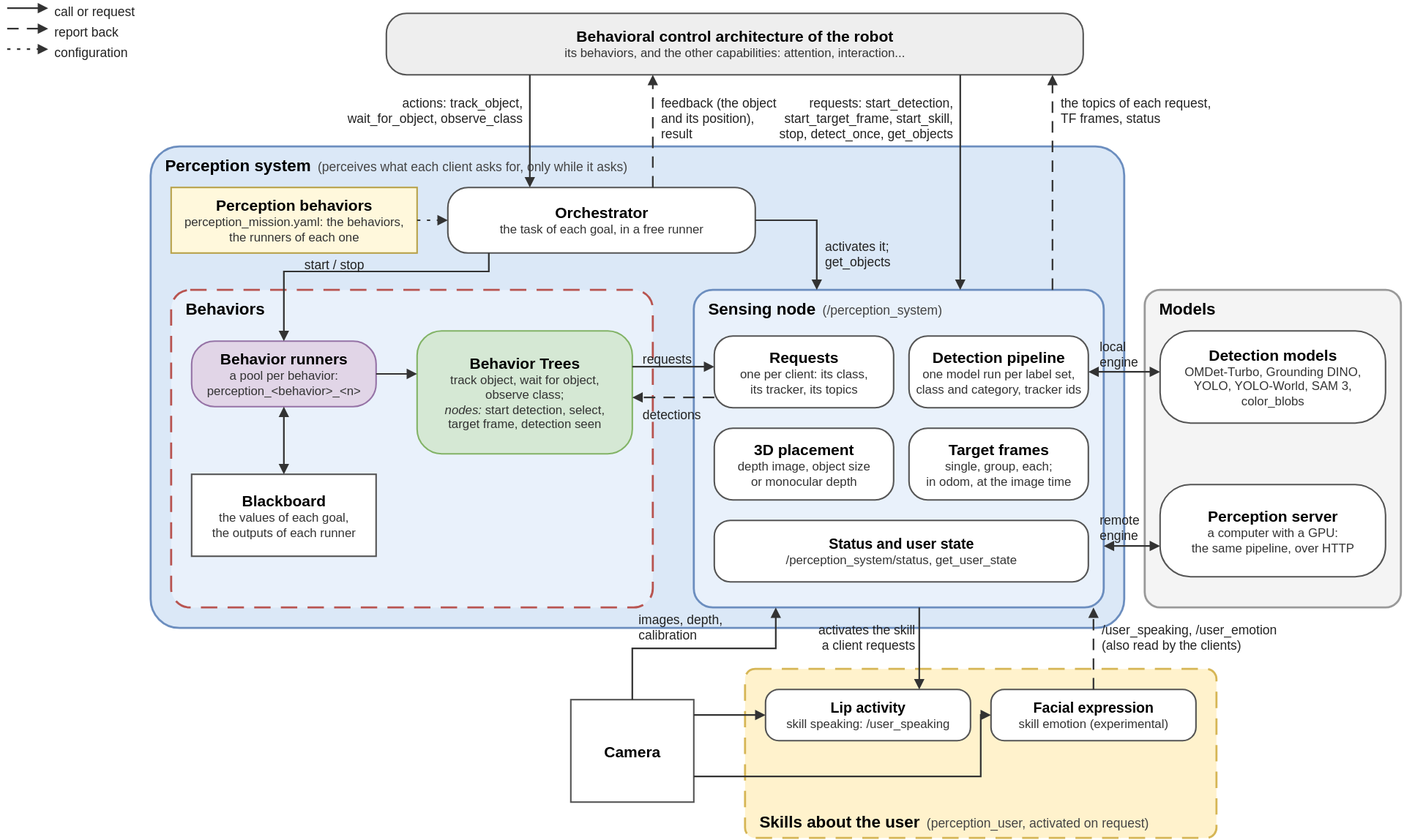
Before: media/perception_system_architecture.drawio.svg, a diagram exported from draw.io (geriabot/perception_system). Source tidied: cells renumbered, new cells last; positions are measured from the earlier drawing's top-left corner, leaving out a move shared by most shapes.
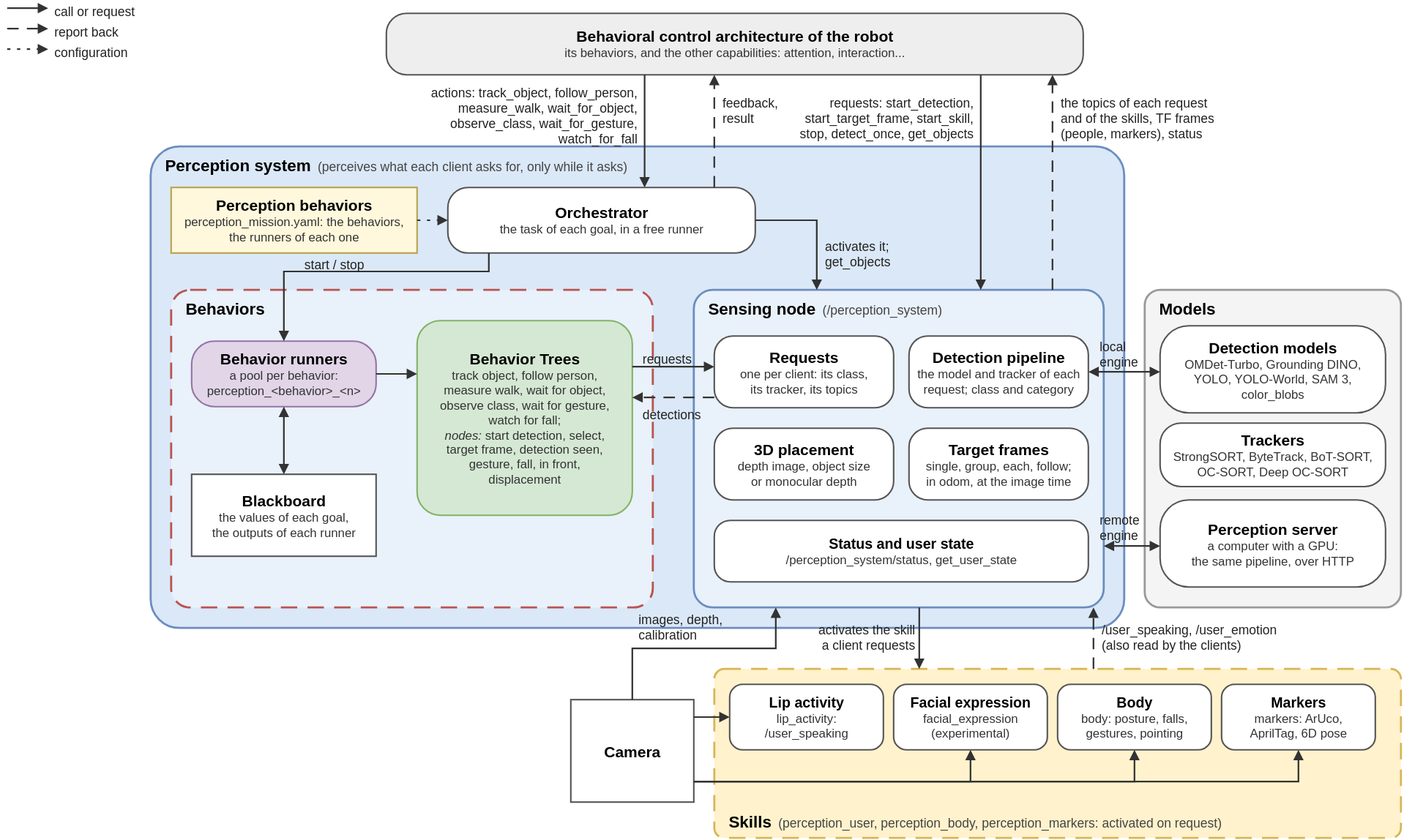
After the change.

What changed in the source:
```diff
@@ -22,4 +22,4 @@
     </mxCell>
-    <mxCell id="8" value="&lt;b style=&quot;font-size:15px&quot;&gt;Behavior Trees&lt;/b&gt;&lt;br&gt;&lt;span style=&quot;font-size:12px;color:#333333&quot;&gt;track object, wait for object,&lt;/span&gt;&lt;br&gt;&lt;span style=&quot;font-size:12px;color:#333333&quot;&gt;observe class;&lt;/span&gt;&lt;br&gt;&lt;span style=&quot;font-size:12px;color:#333333&quot;&gt;&lt;i&gt;nodes:&lt;/i&gt; start detection, select,&lt;/span&gt;&lt;br&gt;&lt;span style=&quot;font-size:12px;color:#333333&quot;&gt;target frame, detection seen&lt;/span&gt;" style="rounded=1;arcSize=20;whiteSpace=wrap;html=1;fillColor=#d5e8d4;strokeColor=#82b366;strokeWidth=1.5;fontFamily=Helvetica;verticalAlign=middle;" parent="1" vertex="1">
-      <mxGeometry x="400" y="323" width="210" height="120" as="geometry" />
+    <mxCell id="8" value="&lt;b style=&quot;font-size:15px&quot;&gt;Behavior Trees&lt;/b&gt;&lt;br&gt;&lt;span style=&quot;font-size:12px;color:#333333&quot;&gt;track object, follow person,&lt;/span&gt;&lt;br&gt;&lt;span style=&quot;font-size:12px;color:#333333&quot;&gt;measure walk, wait for object,&lt;/span&gt;&lt;br&gt;&lt;span style=&quot;font-size:12px;color:#333333&quot;&gt;observe class, wait for gesture,&lt;/span&gt;&lt;br&gt;&lt;span style=&quot;font-size:12px;color:#333333&quot;&gt;watch for fall;&lt;/span&gt;&lt;br&gt;&lt;span style=&quot;font-size:12px;color:#333333&quot;&gt;&lt;i&gt;nodes:&lt;/i&gt; start detection, select,&lt;/span&gt;&lt;br&gt;&lt;span style=&quot;font-size:12px;color:#333333&quot;&gt;target frame, detection seen,&lt;/span&gt;&lt;br&gt;&lt;span style=&quot;font-size:12px;color:#333333&quot;&gt;gesture, fall, in front,&lt;/span&gt;&lt;br&gt;&lt;span style=&quot;font-size:12px;color:#333333&quot;&gt;displacement&lt;/span&gt;" style="rounded=1;arcSize=12;whiteSpace=wrap;html=1;fillColor=#d5e8d4;strokeColor=#82b366;strokeWidth=1.5;fontFamily=Helvetica;verticalAlign=middle;" parent="1" vertex="1">
+      <mxGeometry x="400" y="313" width="210" height="190" as="geometry" />
     </mxCell>
@@ -34,3 +34,3 @@
     </mxCell>
-    <mxCell id="12" value="&lt;b style=&quot;font-size:15px&quot;&gt;Detection pipeline&lt;/b&gt;&lt;br&gt;&lt;span style=&quot;font-size:12px;color:#333333&quot;&gt;one model run per label set,&lt;/span&gt;&lt;br&gt;&lt;span style=&quot;font-size:12px;color:#333333&quot;&gt;class and category, tracker ids&lt;/span&gt;" style="rounded=1;arcSize=26;whiteSpace=wrap;html=1;fillColor=#ffffff;strokeColor=#555555;strokeWidth=1.5;fontFamily=Helvetica;verticalAlign=middle;" parent="1" vertex="1">
+    <mxCell id="12" value="&lt;b style=&quot;font-size:15px&quot;&gt;Detection pipeline&lt;/b&gt;&lt;br&gt;&lt;span style=&quot;font-size:12px;color:#333333&quot;&gt;the model and tracker of each&lt;/span&gt;&lt;br&gt;&lt;span style=&quot;font-size:12px;color:#333333&quot;&gt;request; class and category&lt;/span&gt;" style="rounded=1;arcSize=26;whiteSpace=wrap;html=1;fillColor=#ffffff;strokeColor=#555555;strokeWidth=1.5;fontFamily=Helvetica;verticalAlign=middle;" parent="1" vertex="1">
       <mxGeometry x="880" y="328" width="175" height="70" as="geometry" />
@@ -40,3 +40,3 @@
     </mxCell>
-    <mxCell id="14" value="&lt;b style=&quot;font-size:15px&quot;&gt;Target frames&lt;/b&gt;&lt;br&gt;&lt;span style=&quot;font-size:12px;color:#333333&quot;&gt;single, group, each;&lt;/span&gt;&lt;br&gt;&lt;span style=&quot;font-size:12px;color:#333333&quot;&gt;in odom, at the image time&lt;/span&gt;" style="rounded=1;arcSize=26;whiteSpace=wrap;html=1;fillColor=#ffffff;strokeColor=#555555;strokeWidth=1.5;fontFamily=Helvetica;verticalAlign=middle;" parent="1" vertex="1">
+    <mxCell id="14" value="&lt;b style=&quot;font-size:15px&quot;&gt;Target frames&lt;/b&gt;&lt;br&gt;&lt;span style=&quot;font-size:12px;color:#333333&quot;&gt;single, group, each, follow;&lt;/span&gt;&lt;br&gt;&lt;span style=&quot;font-size:12px;color:#333333&quot;&gt;in odom, at the image time&lt;/span&gt;" style="rounded=1;arcSize=26;whiteSpace=wrap;html=1;fillColor=#ffffff;strokeColor=#555555;strokeWidth=1.5;fontFamily=Helvetica;verticalAlign=middle;" parent="1" vertex="1">
       <mxGeometry x="880" y="418" width="175" height="70" as="geometry" />
@@ -50,6 +50,9 @@
     <mxCell id="17" value="&lt;b style=&quot;font-size:15px&quot;&gt;Detection models&lt;/b&gt;&lt;br&gt;&lt;span style=&quot;font-size:12px;color:#333333&quot;&gt;OMDet-Turbo, Grounding DINO,&lt;/span&gt;&lt;br&gt;&lt;span style=&quot;font-size:12px;color:#333333&quot;&gt;YOLO, YOLO-World, SAM 3,&lt;/span&gt;&lt;br&gt;&lt;span style=&quot;font-size:12px;color:#333333&quot;&gt;color_blobs&lt;/span&gt;" style="rounded=1;arcSize=33;whiteSpace=wrap;html=1;fillColor=#ffffff;strokeColor=#555555;strokeWidth=1.5;fontFamily=Helvetica;verticalAlign=middle;" parent="1" vertex="1">
-      <mxGeometry x="1125" y="323" width="220" height="90" as="geometry" />
+      <mxGeometry x="1125" y="318" width="220" height="85" as="geometry" />
     </mxCell>
+    <mxCell id="60" value="&lt;b style=&quot;font-size:15px&quot;&gt;Trackers&lt;/b&gt;&lt;br&gt;&lt;span style=&quot;font-size:12px;color:#333333&quot;&gt;StrongSORT, ByteTrack, BoT-SORT,&lt;/span&gt;&lt;br&gt;&lt;span style=&quot;font-size:12px;color:#333333&quot;&gt;OC-SORT, Deep OC-SORT&lt;/span&gt;" style="rounded=1;arcSize=33;whiteSpace=wrap;html=1;fillColor=#ffffff;strokeColor=#555555;strokeWidth=1.5;fontFamily=Helvetica;verticalAlign=middle;" parent="1" vertex="1">
+      <mxGeometry x="1125" y="413" width="220" height="62" as="geometry" />
+    </mxCell>
     <mxCell id="18" value="&lt;b style=&quot;font-size:15px&quot;&gt;Perception server&lt;/b&gt;&lt;br&gt;&lt;span style=&quot;font-size:12px;color:#333333&quot;&gt;a computer with a GPU:&lt;/span&gt;&lt;br&gt;&lt;span style=&quot;font-size:12px;color:#333333&quot;&gt;the same pipeline, over HTTP&lt;/span&gt;" style="rounded=1;arcSize=33;whiteSpace=wrap;html=1;fillColor=#ffffff;strokeColor=#555555;strokeWidth=1.5;fontFamily=Helvetica;verticalAlign=middle;" parent="1" vertex="1">
-      <mxGeometry x="1125" y="473" width="220" height="90" as="geometry" />
+      <mxGeometry x="1125" y="488" width="220" height="85" as="geometry" />
     </mxCell>
@@ -58,19 +61,25 @@
     </mxCell>
-    <mxCell id="20" value="&lt;b style=&quot;font-size:16px&quot;&gt;Skills about the user&lt;/b&gt;&amp;nbsp;&amp;nbsp;&lt;span style=&quot;font-size:12.5px;color:#444444&quot;&gt;(perception_user, activated on request)&lt;/span&gt;" style="rounded=1;arcSize=6;whiteSpace=wrap;html=1;fillColor=#fff2cc;strokeColor=#d6b656;strokeWidth=2;fontFamily=Helvetica;verticalAlign=top;align=left;spacingLeft=12;spacingTop=2;verticalAlign=bottom;spacingBottom=4;dashed=1;dashPattern=8 5;" parent="1" vertex="1">
-      <mxGeometry x="720" y="653" width="460" height="165" as="geometry" />
+    <mxCell id="20" value="&lt;b style=&quot;font-size:16px&quot;&gt;Skills&lt;/b&gt;&amp;nbsp;&amp;nbsp;&lt;span style=&quot;font-size:12.5px;color:#444444&quot;&gt;(perception_user, perception_body, perception_markers: activated on request)&lt;/span&gt;" style="rounded=1;arcSize=6;whiteSpace=wrap;html=1;fillColor=#fff2cc;strokeColor=#d6b656;strokeWidth=2;fontFamily=Helvetica;verticalAlign=top;align=left;spacingLeft=12;spacingTop=2;verticalAlign=bottom;spacingBottom=4;dashed=1;dashPattern=8 5;" parent="1" vertex="1">
+      <mxGeometry x="690" y="653" width="670" height="165" as="geometry" />
     </mxCell>
-    <mxCell id="21" value="&lt;b style=&quot;font-size:14px&quot;&gt;Lip activity&lt;/b&gt;&lt;br&gt;&lt;span style=&quot;font-size:12px;color:#333333&quot;&gt;skill speaking: /user_speaking&lt;/span&gt;" style="rounded=1;arcSize=26;whiteSpace=wrap;html=1;fillColor=#ffffff;strokeColor=#555555;strokeWidth=1.5;fontFamily=Helvetica;verticalAlign=middle;" parent="1" vertex="1">
-      <mxGeometry x="740" y="673" width="200" height="50" as="geometry" />
+    <mxCell id="21" value="&lt;b style=&quot;font-size:14px&quot;&gt;Lip activity&lt;/b&gt;&lt;br&gt;&lt;span style=&quot;font-size:12px;color:#333333&quot;&gt;lip_activity:&lt;/span&gt;&lt;br&gt;&lt;span style=&quot;font-size:12px;color:#333333&quot;&gt;/user_speaking&lt;/span&gt;" style="rounded=1;arcSize=20;whiteSpace=wrap;html=1;fillColor=#ffffff;strokeColor=#555555;strokeWidth=1.5;fontFamily=Helvetica;verticalAlign=middle;" parent="1" vertex="1">
+      <mxGeometry x="705" y="668" width="150" height="64" as="geometry" />
     </mxCell>
-    <mxCell id="22" value="&lt;b style=&quot;font-size:14px&quot;&gt;Facial expression&lt;/b&gt;&lt;br&gt;&lt;span style=&quot;font-size:12px;color:#333333&quot;&gt;skill emotion (experimental)&lt;/span&gt;" style="rounded=1;arcSize=26;whiteSpace=wrap;html=1;fillColor=#ffffff;strokeColor=#555555;strokeWidth=1.5;fontFamily=Helvetica;verticalAlign=middle;" parent="1" vertex="1">
-      <mxGeometry x="960" y="673" width="200" height="50" as="geometry" />
+    <mxCell id="22" value="&lt;b style=&quot;font-size:14px&quot;&gt;Facial expression&lt;/b&gt;&lt;br&gt;&lt;span style=&quot;font-size:12px;color:#333333&quot;&gt;facial_expression&lt;/span&gt;&lt;br&gt;&lt;span style=&quot;font-size:12px;color:#333333&quot;&gt;(experimental)&lt;/span&gt;" style="rounded=1;arcSize=20;whiteSpace=wrap;html=1;fillColor=#ffffff;strokeColor=#555555;strokeWidth=1.5;fontFamily=Helvetica;verticalAlign=middle;" parent="1" vertex="1">
+      <mxGeometry x="865" y="668" width="150" height="64" as="geometry" />
     </mxCell>
+    <mxCell id="61" value="&lt;b style=&quot;font-size:14px&quot;&gt;Body&lt;/b&gt;&lt;br&gt;&lt;span style=&quot;font-size:12px;color:#333333&quot;&gt;body: posture, falls,&lt;/span&gt;&lt;br&gt;&lt;span style=&quot;font-size:12px;color:#333333&quot;&gt;gestures, pointing&lt;/span&gt;" style="rounded=1;arcSize=20;whiteSpace=wrap;html=1;fillColor=#ffffff;strokeColor=#555555;strokeWidth=1.5;fontFamily=Helvetica;verticalAlign=middle;" parent="1" vertex="1">
+      <mxGeometry x="1025" y="668" width="150" height="64" as="geometry" />
+    </mxCell>
+    <mxCell id="62" value="&lt;b style=&quot;font-size:14px&quot;&gt;Markers&lt;/b&gt;&lt;br&gt;&lt;span style=&quot;font-size:12px;color:#333333&quot;&gt;markers: ArUco,&lt;/span&gt;&lt;br&gt;&lt;span style=&quot;font-size:12px;color:#333333&quot;&gt;AprilTag, 6D pose&lt;/span&gt;" style="rounded=1;arcSize=20;whiteSpace=wrap;html=1;fillColor=#ffffff;strokeColor=#555555;strokeWidth=1.5;fontFamily=Helvetica;verticalAlign=middle;" parent="1" vertex="1">
+      <mxGeometry x="1185" y="668" width="150" height="64" as="geometry" />
+    </mxCell>
     <mxCell id="23" style="endArrow=block;endFill=1;endSize=6;html=1;strokeColor=#333333;strokeWidth=1.6;rounded=0;edgeStyle=none;startArrow=none;" parent="1" edge="1">
       <mxGeometry relative="1" as="geometry">
-        <mxPoint x="510" y="73" as="sourcePoint" />
-        <mxPoint x="510" y="183" as="targetPoint" />
+        <mxPoint x="622" y="73" as="sourcePoint" />
+        <mxPoint x="622" y="183" as="targetPoint" />
       </mxGeometry>
     </mxCell>
-    <mxCell id="24" value="actions: track_object,&lt;br&gt;wait_for_object, observe_class" style="text;html=1;align=right;verticalAlign=top;fontSize=12.5;fontFamily=Helvetica;fontColor=#222222;spacing=0;" parent="1" vertex="1">
-      <mxGeometry x="320" y="89" width="182" height="40" as="geometry" />
+    <mxCell id="24" value="actions: track_object, follow_person,&lt;br&gt;measure_walk, wait_for_object,&lt;br&gt;observe_class, wait_for_gesture,&lt;br&gt;watch_for_fall" style="text;html=1;align=right;verticalAlign=top;fontSize=12.5;fontFamily=Helvetica;fontColor=#222222;spacing=0;" parent="1" vertex="1">
+      <mxGeometry x="387" y="79" width="227" height="62" as="geometry" />
     </mxCell>
@@ -78,8 +87,8 @@
       <mxGeometry relative="1" as="geometry">
-        <mxPoint x="630" y="183" as="sourcePoint" />
-        <mxPoint x="630" y="73" as="targetPoint" />
+        <mxPoint x="690" y="183" as="sourcePoint" />
+        <mxPoint x="690" y="73" as="targetPoint" />
       </mxGeometry>
     </mxCell>
-    <mxCell id="26" value="feedback (the object&lt;br&gt;and its position),&lt;br&gt;result" style="text;html=1;align=left;verticalAlign=top;fontSize=12.5;fontFamily=Helvetica;fontColor=#222222;spacing=0;" parent="1" vertex="1">
-      <mxGeometry x="638" y="89" width="112" height="54" as="geometry" />
+    <mxCell id="26" value="feedback,&lt;br&gt;result" style="text;html=1;align=left;verticalAlign=top;fontSize=12.5;fontFamily=Helvetica;fontColor=#222222;spacing=0;" parent="1" vertex="1">
+      <mxGeometry x="698" y="89" width="70" height="34" as="geometry" />
     </mxCell>
@@ -87,4 +96,4 @@
       <mxGeometry relative="1" as="geometry">
-        <mxPoint x="930" y="73" as="sourcePoint" />
-        <mxPoint x="930" y="283" as="targetPoint" />
+        <mxPoint x="950" y="73" as="sourcePoint" />
+        <mxPoint x="950" y="283" as="targetPoint" />
       </mxGeometry>
@@ -92,3 +101,3 @@
     <mxCell id="28" value="requests: start_detection,&lt;br&gt;start_target_frame, start_skill,&lt;br&gt;stop, detect_once, get_objects" style="text;html=1;align=right;verticalAlign=top;fontSize=12.5;fontFamily=Helvetica;fontColor=#222222;spacing=0;" parent="1" vertex="1">
-      <mxGeometry x="740" y="89" width="182" height="60" as="geometry" />
+      <mxGeometry x="760" y="89" width="182" height="60" as="geometry" />
     </mxCell>
@@ -100,4 +109,4 @@
     </mxCell>
-    <mxCell id="30" value="the topics of each request,&lt;br&gt;TF frames, status" style="text;html=1;align=left;verticalAlign=top;fontSize=12.5;fontFamily=Helvetica;fontColor=#222222;spacing=0;" parent="1" vertex="1">
-      <mxGeometry x="1028" y="89" width="180" height="40" as="geometry" />
+    <mxCell id="30" value="the topics of each request&lt;br&gt;and of the skills, TF frames&lt;br&gt;(people, markers), status" style="text;html=1;align=left;verticalAlign=top;fontSize=12.5;fontFamily=Helvetica;fontColor=#222222;spacing=0;" parent="1" vertex="1">
+      <mxGeometry x="1028" y="89" width="190" height="54" as="geometry" />
     </mxCell>
@@ -197,4 +206,4 @@
       <mxGeometry relative="1" as="geometry">
-        <mxPoint x="670" y="698" as="sourcePoint" />
-        <mxPoint x="740" y="698" as="targetPoint" />
+        <mxPoint x="670" y="700" as="sourcePoint" />
+        <mxPoint x="705" y="700" as="targetPoint" />
       </mxGeometry>
@@ -203,7 +212,6 @@
       <mxGeometry relative="1" as="geometry">
-        <mxPoint x="670" y="758" as="sourcePoint" />
-        <mxPoint x="960" y="698" as="targetPoint" />
+        <mxPoint x="670" y="763" as="sourcePoint" />
+        <mxPoint x="940" y="732" as="targetPoint" />
         <Array as="points">
-          <mxPoint x="950" y="758" />
-          <mxPoint x="950" y="698" />
+          <mxPoint x="940" y="763" />
         </Array>
@@ -211,2 +219,20 @@
     </mxCell>
+    <mxCell id="63" style="endArrow=block;endFill=1;endSize=6;html=1;strokeColor=#333333;strokeWidth=1.6;rounded=0;edgeStyle=none;startArrow=none;" parent="1" edge="1">
+      <mxGeometry relative="1" as="geometry">
+        <mxPoint x="670" y="763" as="sourcePoint" />
+        <mxPoint x="1100" y="732" as="targetPoint" />
+        <Array as="points">
+          <mxPoint x="1100" y="763" />
+        </Array>
+      </mxGeometry>
+    </mxCell>
+    <mxCell id="64" style="endArrow=block;endFill=1;endSize=6;html=1;strokeColor=#333333;strokeWidth=1.6;rounded=0;edgeStyle=none;startArrow=none;" parent="1" edge="1">
+      <mxGeometry relative="1" as="geometry">
+        <mxPoint x="670" y="763" as="sourcePoint" />
+        <mxPoint x="1260" y="732" as="targetPoint" />
+        <Array as="points">
+          <mxPoint x="1260" y="763" />
+        </Array>
+      </mxGeometry>
+    </mxCell>
     <mxCell id="50" style="endArrow=block;endFill=1;endSize=6;html=1;strokeColor=#333333;strokeWidth=1.6;rounded=0;edgeStyle=none;startArrow=none;" parent="1" edge="1">
@@ -214,3 +240,3 @@
         <mxPoint x="890" y="593" as="sourcePoint" />
-        <mxPoint x="890" y="673" as="targetPoint" />
+        <mxPoint x="890" y="653" as="targetPoint" />
       </mxGeometry>
@@ -222,3 +248,3 @@
       <mxGeometry relative="1" as="geometry">
-        <mxPoint x="1060" y="673" as="sourcePoint" />
+        <mxPoint x="1060" y="653" as="sourcePoint" />
         <mxPoint x="1060" y="593" as="targetPoint" />
```
